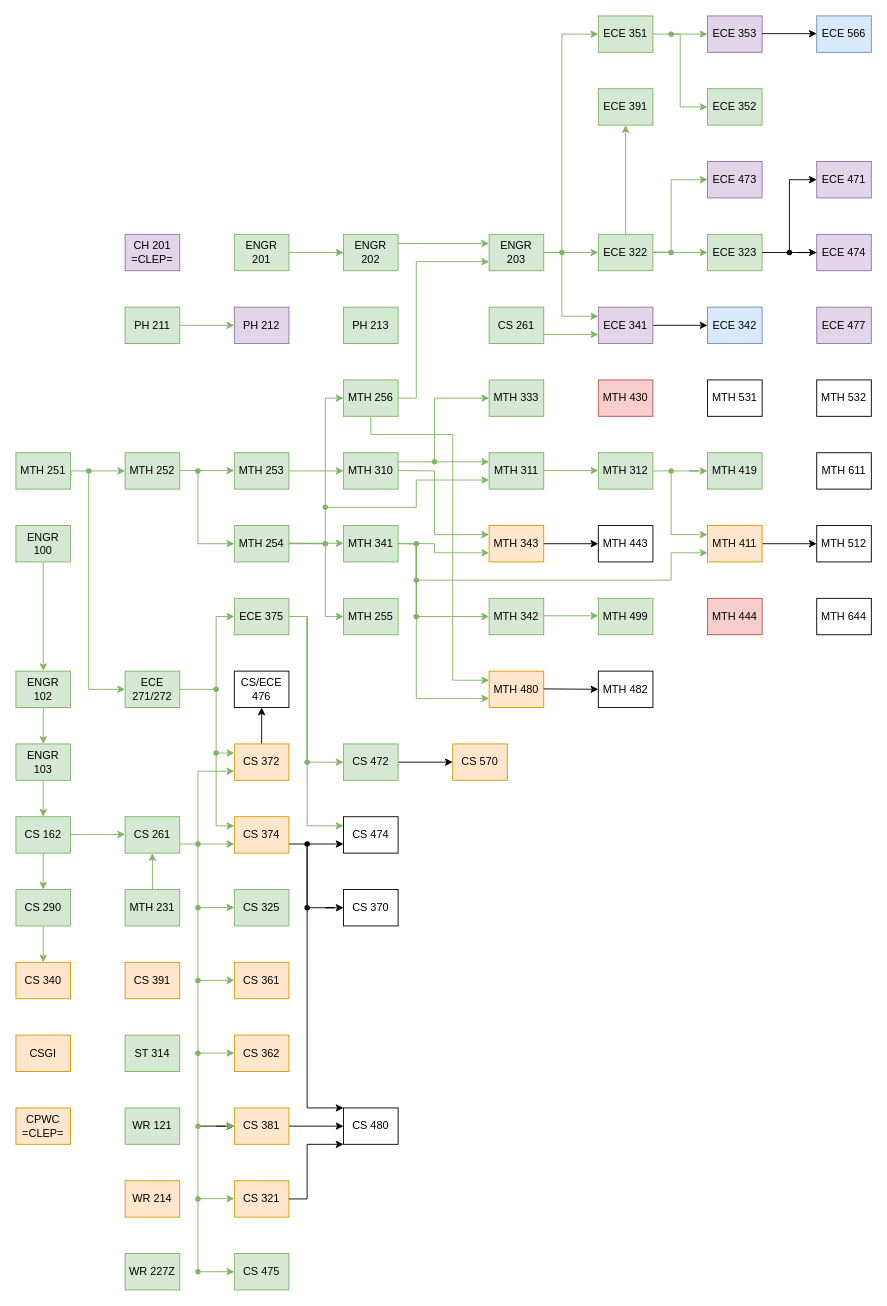
The draw.io diagram Classes.drawio in Jonas-Carew/Class-Flowchart, before the edit. Source tidied: cells renumbered, new cells numbered last; positions are measured from the earlier drawing's top-left corner, leaving out a move shared by most shapes. Both pictures are drawn from the tidied source at 91%, with x=0, y=0 at pixel (15, 15).
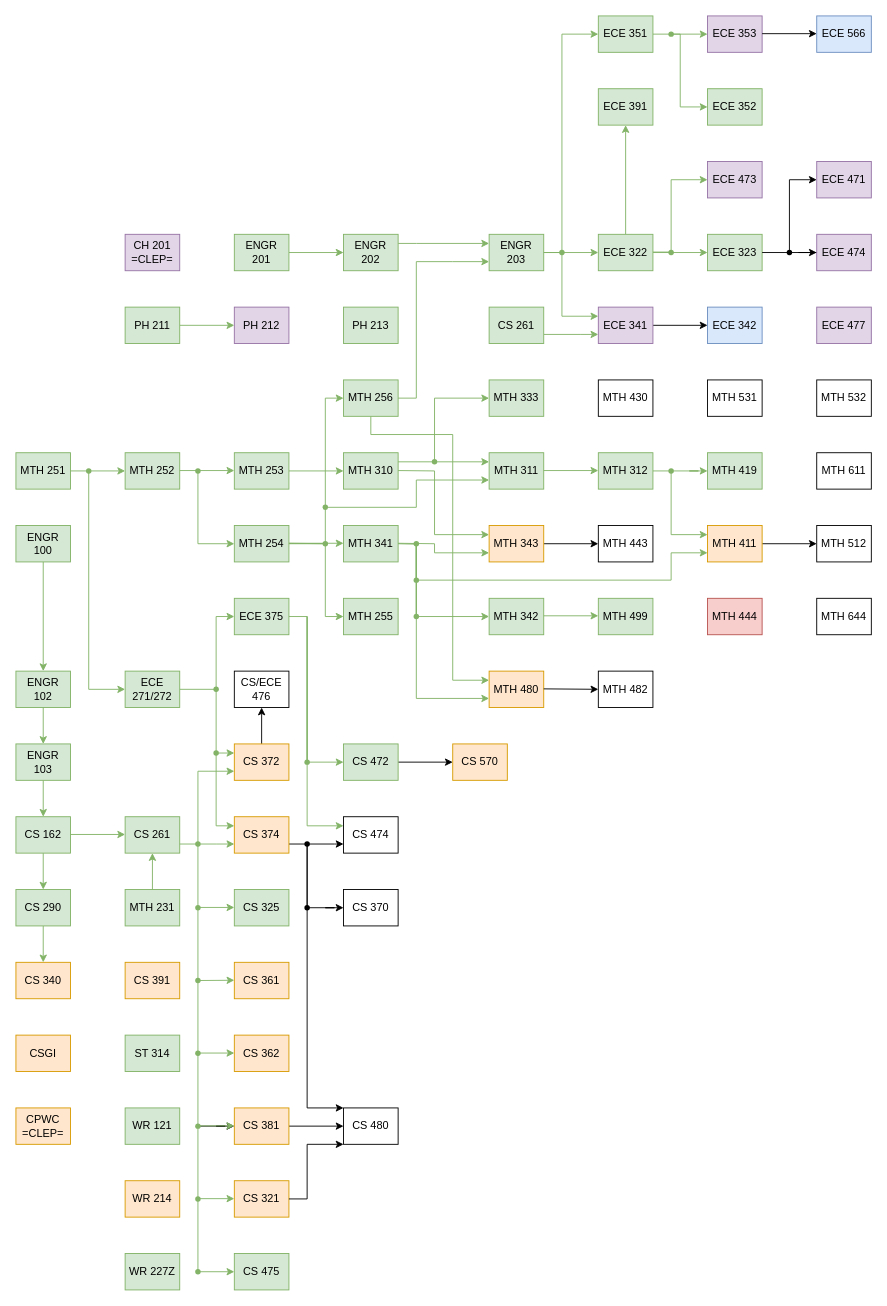
Above is the later version.

The edit, as a diff of the source:
```diff
@@
-    <mxCell id="173" value="&lt;div&gt;MTH 430&lt;/div&gt;" style="rounded=0;whiteSpace=wrap;html=1;fillColor=#f8cecc;strokeColor=#b85450;" parent="1" vertex="1">
+    <mxCell id="173" value="&lt;div&gt;MTH 430&lt;/div&gt;" style="rounded=0;whiteSpace=wrap;html=1;" parent="1" vertex="1">
       <mxGeometry x="640" y="400" width="60" height="40" as="geometry" />
     </mxCell>
```
